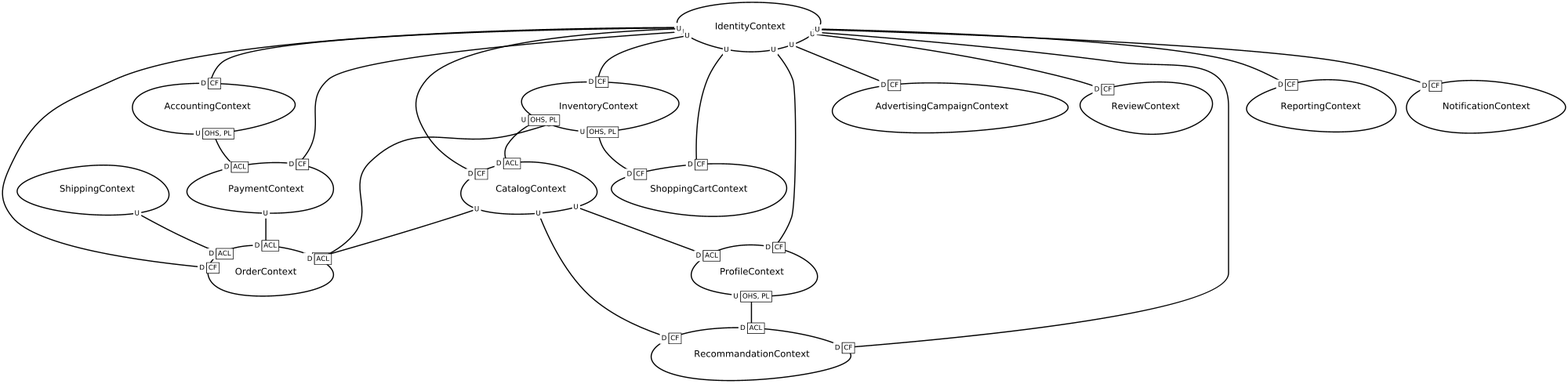
The Graphviz diagram src-gen/movies-albrains_ContextMap.png in movies-albrains/.github, before a commit. Its source is kept beside it as src-gen/movies-albrains_ContextMap.gv.
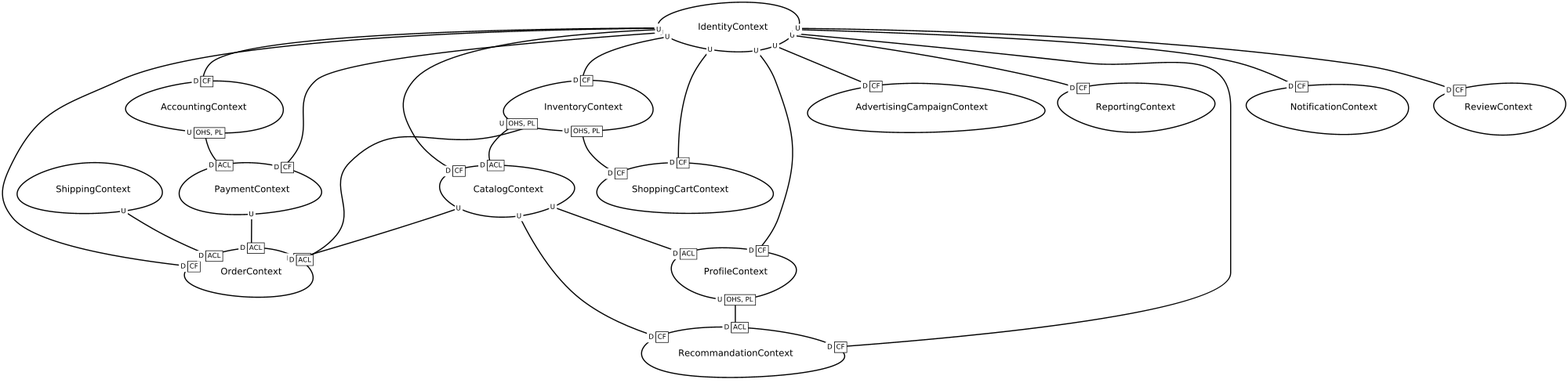
Later version of the same file.

The edit, as a diff of the source:
```diff
@@ -1,19 +1,19 @@
 digraph "ContextMapGraph" {
 graph ["imagepath"="/tmp/GraphvizJava"]
-"AccountingContext" ["margin"="0.3","orientation"="280","shape"="egg","fontsize"="16","style"="bold","label"="AccountingContext\n","fontname"="sans-serif"]
-"PaymentContext" ["margin"="0.3","orientation"="130","shape"="egg","fontsize"="16","style"="bold","label"="PaymentContext\n","fontname"="sans-serif"]
-"OrderContext" ["margin"="0.3","orientation"="209","shape"="egg","fontsize"="16","style"="bold","label"="OrderContext\n","fontname"="sans-serif"]
-"AdvertisingCampaignContext" ["margin"="0.3","orientation"="314","shape"="egg","fontsize"="16","style"="bold","label"="AdvertisingCampaignContext\n","fontname"="sans-serif"]
-"CatalogContext" ["margin"="0.3","orientation"="224","shape"="egg","fontsize"="16","style"="bold","label"="CatalogContext\n","fontname"="sans-serif"]
-"ProfileContext" ["margin"="0.3","orientation"="229","shape"="egg","fontsize"="16","style"="bold","label"="ProfileContext\n","fontname"="sans-serif"]
-"RecommandationContext" ["margin"="0.3","orientation"="250","shape"="egg","fontsize"="16","style"="bold","label"="RecommandationContext\n","fontname"="sans-serif"]
-"IdentityContext" ["margin"="0.3","orientation"="22","shape"="egg","fontsize"="16","style"="bold","label"="IdentityContext\n","fontname"="sans-serif"]
-"ReviewContext" ["margin"="0.3","orientation"="138","shape"="egg","fontsize"="16","style"="bold","label"="ReviewContext\n","fontname"="sans-serif"]
-"ShoppingCartContext" ["margin"="0.3","orientation"="248","shape"="egg","fontsize"="16","style"="bold","label"="ShoppingCartContext\n","fontname"="sans-serif"]
-"ReportingContext" ["margin"="0.3","orientation"="294","shape"="egg","fontsize"="16","style"="bold","label"="ReportingContext\n","fontname"="sans-serif"]
-"InventoryContext" ["margin"="0.3","orientation"="262","shape"="egg","fontsize"="16","style"="bold","label"="InventoryContext\n","fontname"="sans-serif"]
-"NotificationContext" ["margin"="0.3","orientation"="203","shape"="egg","fontsize"="16","style"="bold","label"="NotificationContext\n","fontname"="sans-serif"]
-"ShippingContext" ["margin"="0.3","orientation"="277","shape"="egg","fontsize"="16","style"="bold","label"="ShippingContext\n","fontname"="sans-serif"]
+"AccountingContext" ["margin"="0.3","orientation"="219","shape"="egg","fontsize"="16","style"="bold","label"="AccountingContext\n","fontname"="sans-serif"]
+"PaymentContext" ["margin"="0.3","orientation"="183","shape"="egg","fontsize"="16","style"="bold","label"="PaymentContext\n","fontname"="sans-serif"]
+"OrderContext" ["margin"="0.3","orientation"="90","shape"="egg","fontsize"="16","style"="bold","label"="OrderContext\n","fontname"="sans-serif"]
+"AdvertisingCampaignContext" ["margin"="0.3","orientation"="86","shape"="egg","fontsize"="16","style"="bold","label"="AdvertisingCampaignContext\n","fontname"="sans-serif"]
+"CatalogContext" ["margin"="0.3","orientation"="247","shape"="egg","fontsize"="16","style"="bold","label"="CatalogContext\n","fontname"="sans-serif"]
+"ProfileContext" ["margin"="0.3","orientation"="100","shape"="egg","fontsize"="16","style"="bold","label"="ProfileContext\n","fontname"="sans-serif"]
+"RecommandationContext" ["margin"="0.3","orientation"="197","shape"="egg","fontsize"="16","style"="bold","label"="RecommandationContext\n","fontname"="sans-serif"]
+"IdentityContext" ["margin"="0.3","orientation"="31","shape"="egg","fontsize"="16","style"="bold","label"="IdentityContext\n","fontname"="sans-serif"]
+"ReportingContext" ["margin"="0.3","orientation"="17","shape"="egg","fontsize"="16","style"="bold","label"="ReportingContext\n","fontname"="sans-serif"]
+"InventoryContext" ["margin"="0.3","orientation"="210","shape"="egg","fontsize"="16","style"="bold","label"="InventoryContext\n","fontname"="sans-serif"]
+"ShoppingCartContext" ["margin"="0.3","orientation"="139","shape"="egg","fontsize"="16","style"="bold","label"="ShoppingCartContext\n","fontname"="sans-serif"]
+"NotificationContext" ["margin"="0.3","orientation"="112","shape"="egg","fontsize"="16","style"="bold","label"="NotificationContext\n","fontname"="sans-serif"]
+"ReviewContext" ["margin"="0.3","orientation"="112","shape"="egg","fontsize"="16","style"="bold","label"="ReviewContext\n","fontname"="sans-serif"]
+"ShippingContext" ["margin"="0.3","orientation"="9","shape"="egg","fontsize"="16","style"="bold","label"="ShippingContext\n","fontname"="sans-serif"]
 "AccountingContext" -> "PaymentContext" ["headlabel"=<<table cellspacing="0" cellborder="1" border="0">
 <tr><td bgcolor="white" sides="r">D</td><td sides="trbl" bgcolor="white"><font>ACL</font></td></tr>
 </table>>,"labeldistance"="0","fontsize"="12","taillabel"=<<table cellspacing="0" cellborder="1" border="0">
@@ -24,12 +24,12 @@
 </table>>,"labeldistance"="0","fontsize"="12","taillabel"=<<table cellspacing="0" cellborder="0" border="0">
 <tr><td bgcolor="white">U</td></tr>
 </table>>,"style"="bold","label"="                                        ","dir"="none","fontname"="sans-serif"]
-"CatalogContext" -> "ProfileContext" ["headlabel"=<<table cellspacing="0" cellborder="1" border="0">
+"CatalogContext" -> "OrderContext" ["headlabel"=<<table cellspacing="0" cellborder="1" border="0">
 <tr><td bgcolor="white" sides="r">D</td><td sides="trbl" bgcolor="white"><font>ACL</font></td></tr>
 </table>>,"labeldistance"="0","fontsize"="12","taillabel"=<<table cellspacing="0" cellborder="0" border="0">
 <tr><td bgcolor="white">U</td></tr>
 </table>>,"style"="bold","label"="                                        ","dir"="none","fontname"="sans-serif"]
-"CatalogContext" -> "OrderContext" ["headlabel"=<<table cellspacing="0" cellborder="1" border="0">
+"CatalogContext" -> "ProfileContext" ["headlabel"=<<table cellspacing="0" cellborder="1" border="0">
 <tr><td bgcolor="white" sides="r">D</td><td sides="trbl" bgcolor="white"><font>ACL</font></td></tr>
 </table>>,"labeldistance"="0","fontsize"="12","taillabel"=<<table cellspacing="0" cellborder="0" border="0">
 <tr><td bgcolor="white">U</td></tr>
@@ -44,7 +44,47 @@
 </table>>,"labeldistance"="0","fontsize"="12","taillabel"=<<table cellspacing="0" cellborder="1" border="0">
 <tr><td bgcolor="white" sides="r">U</td><td sides="trbl" bgcolor="white"><font>OHS, PL</font></td></tr>
 </table>>,"style"="bold","label"="                                        ","dir"="none","fontname"="sans-serif"]
+"IdentityContext" -> "ReportingContext" ["headlabel"=<<table cellspacing="0" cellborder="1" border="0">
+<tr><td bgcolor="white" sides="r">D</td><td sides="trbl" bgcolor="white"><font>CF</font></td></tr>
+</table>>,"labeldistance"="0","fontsize"="12","taillabel"=<<table cellspacing="0" cellborder="0" border="0">
+<tr><td bgcolor="white">U</td></tr>
+</table>>,"style"="bold","label"="                                        ","dir"="none","fontname"="sans-serif"]
+"IdentityContext" -> "InventoryContext" ["headlabel"=<<table cellspacing="0" cellborder="1" border="0">
+<tr><td bgcolor="white" sides="r">D</td><td sides="trbl" bgcolor="white"><font>CF</font></td></tr>
+</table>>,"labeldistance"="0","fontsize"="12","taillabel"=<<table cellspacing="0" cellborder="0" border="0">
+<tr><td bgcolor="white">U</td></tr>
+</table>>,"style"="bold","label"="                                        ","dir"="none","fontname"="sans-serif"]
+"IdentityContext" -> "ProfileContext" ["headlabel"=<<table cellspacing="0" cellborder="1" border="0">
+<tr><td bgcolor="white" sides="r">D</td><td sides="trbl" bgcolor="white"><font>CF</font></td></tr>
+</table>>,"labeldistance"="0","fontsize"="12","taillabel"=<<table cellspacing="0" cellborder="0" border="0">
+<tr><td bgcolor="white">U</td></tr>
+</table>>,"style"="bold","label"="                                        ","dir"="none","fontname"="sans-serif"]
+"IdentityContext" -> "AdvertisingCampaignContext" ["headlabel"=<<table cellspacing="0" cellborder="1" border="0">
+<tr><td bgcolor="white" sides="r">D</td><td sides="trbl" bgcolor="white"><font>CF</font></td></tr>
+</table>>,"labeldistance"="0","fontsize"="12","taillabel"=<<table cellspacing="0" cellborder="0" border="0">
+<tr><td bgcolor="white">U</td></tr>
+</table>>,"style"="bold","label"="                                        ","dir"="none","fontname"="sans-serif"]
+"IdentityContext" -> "PaymentContext" ["headlabel"=<<table cellspacing="0" cellborder="1" border="0">
+<tr><td bgcolor="white" sides="r">D</td><td sides="trbl" bgcolor="white"><font>CF</font></td></tr>
+</table>>,"labeldistance"="0","fontsize"="12","taillabel"=<<table cellspacing="0" cellborder="0" border="0">
+<tr><td bgcolor="white">U</td></tr>
+</table>>,"style"="bold","label"="                                        ","dir"="none","fontname"="sans-serif"]
 "IdentityContext" -> "RecommandationContext" ["headlabel"=<<table cellspacing="0" cellborder="1" border="0">
+<tr><td bgcolor="white" sides="r">D</td><td sides="trbl" bgcolor="white"><font>CF</font></td></tr>
+</table>>,"labeldistance"="0","fontsize"="12","taillabel"=<<table cellspacing="0" cellborder="0" border="0">
+<tr><td bgcolor="white">U</td></tr>
+</table>>,"style"="bold","label"="                                        ","dir"="none","fontname"="sans-serif"]
+"IdentityContext" -> "NotificationContext" ["headlabel"=<<table cellspacing="0" cellborder="1" border="0">
+<tr><td bgcolor="white" sides="r">D</td><td sides="trbl" bgcolor="white"><font>CF</font></td></tr>
+</table>>,"labeldistance"="0","fontsize"="12","taillabel"=<<table cellspacing="0" cellborder="0" border="0">
+<tr><td bgcolor="white">U</td></tr>
+</table>>,"style"="bold","label"="                                        ","dir"="none","fontname"="sans-serif"]
+"IdentityContext" -> "OrderContext" ["headlabel"=<<table cellspacing="0" cellborder="1" border="0">
+<tr><td bgcolor="white" sides="r">D</td><td sides="trbl" bgcolor="white"><font>CF</font></td></tr>
+</table>>,"labeldistance"="0","fontsize"="12","taillabel"=<<table cellspacing="0" cellborder="0" border="0">
+<tr><td bgcolor="white">U</td></tr>
+</table>>,"style"="bold","label"="                                        ","dir"="none","fontname"="sans-serif"]
+"IdentityContext" -> "CatalogContext" ["headlabel"=<<table cellspacing="0" cellborder="1" border="0">
 <tr><td bgcolor="white" sides="r">D</td><td sides="trbl" bgcolor="white"><font>CF</font></td></tr>
 </table>>,"labeldistance"="0","fontsize"="12","taillabel"=<<table cellspacing="0" cellborder="0" border="0">
 <tr><td bgcolor="white">U</td></tr>
@@ -59,58 +99,18 @@
 </table>>,"labeldistance"="0","fontsize"="12","taillabel"=<<table cellspacing="0" cellborder="0" border="0">
 <tr><td bgcolor="white">U</td></tr>
 </table>>,"style"="bold","label"="                                        ","dir"="none","fontname"="sans-serif"]
-"IdentityContext" -> "AdvertisingCampaignContext" ["headlabel"=<<table cellspacing="0" cellborder="1" border="0">
-<tr><td bgcolor="white" sides="r">D</td><td sides="trbl" bgcolor="white"><font>CF</font></td></tr>
-</table>>,"labeldistance"="0","fontsize"="12","taillabel"=<<table cellspacing="0" cellborder="0" border="0">
-<tr><td bgcolor="white">U</td></tr>
-</table>>,"style"="bold","label"="                                        ","dir"="none","fontname"="sans-serif"]
-"IdentityContext" -> "ReportingContext" ["headlabel"=<<table cellspacing="0" cellborder="1" border="0">
-<tr><td bgcolor="white" sides="r">D</td><td sides="trbl" bgcolor="white"><font>CF</font></td></tr>
-</table>>,"labeldistance"="0","fontsize"="12","taillabel"=<<table cellspacing="0" cellborder="0" border="0">
-<tr><td bgcolor="white">U</td></tr>
-</table>>,"style"="bold","label"="                                        ","dir"="none","fontname"="sans-serif"]
-"IdentityContext" -> "ProfileContext" ["headlabel"=<<table cellspacing="0" cellborder="1" border="0">
-<tr><td bgcolor="white" sides="r">D</td><td sides="trbl" bgcolor="white"><font>CF</font></td></tr>
-</table>>,"labeldistance"="0","fontsize"="12","taillabel"=<<table cellspacing="0" cellborder="0" border="0">
-<tr><td bgcolor="white">U</td></tr>
-</table>>,"style"="bold","label"="                                        ","dir"="none","fontname"="sans-serif"]
-"IdentityContext" -> "PaymentContext" ["headlabel"=<<table cellspacing="0" cellborder="1" border="0">
-<tr><td bgcolor="white" sides="r">D</td><td sides="trbl" bgcolor="white"><font>CF</font></td></tr>
-</table>>,"labeldistance"="0","fontsize"="12","taillabel"=<<table cellspacing="0" cellborder="0" border="0">
-<tr><td bgcolor="white">U</td></tr>
-</table>>,"style"="bold","label"="                                        ","dir"="none","fontname"="sans-serif"]
-"IdentityContext" -> "InventoryContext" ["headlabel"=<<table cellspacing="0" cellborder="1" border="0">
-<tr><td bgcolor="white" sides="r">D</td><td sides="trbl" bgcolor="white"><font>CF</font></td></tr>
-</table>>,"labeldistance"="0","fontsize"="12","taillabel"=<<table cellspacing="0" cellborder="0" border="0">
-<tr><td bgcolor="white">U</td></tr>
-</table>>,"style"="bold","label"="                                        ","dir"="none","fontname"="sans-serif"]
 "IdentityContext" -> "AccountingContext" ["headlabel"=<<table cellspacing="0" cellborder="1" border="0">
 <tr><td bgcolor="white" sides="r">D</td><td sides="trbl" bgcolor="white"><font>CF</font></td></tr>
 </table>>,"labeldistance"="0","fontsize"="12","taillabel"=<<table cellspacing="0" cellborder="0" border="0">
 <tr><td bgcolor="white">U</td></tr>
 </table>>,"style"="bold","label"="                                        ","dir"="none","fontname"="sans-serif"]
-"IdentityContext" -> "OrderContext" ["headlabel"=<<table cellspacing="0" cellborder="1" border="0">
+"InventoryContext" -> "ShoppingCartContext" ["headlabel"=<<table cellspacing="0" cellborder="1" border="0">
 <tr><td bgcolor="white" sides="r">D</td><td sides="trbl" bgcolor="white"><font>CF</font></td></tr>
-</table>>,"labeldistance"="0","fontsize"="12","taillabel"=<<table cellspacing="0" cellborder="0" border="0">
-<tr><td bgcolor="white">U</td></tr>
-</table>>,"style"="bold","label"="                                        ","dir"="none","fontname"="sans-serif"]
-"IdentityContext" -> "NotificationContext" ["headlabel"=<<table cellspacing="0" cellborder="1" border="0">
-<tr><td bgcolor="white" sides="r">D</td><td sides="trbl" bgcolor="white"><font>CF</font></td></tr>
-</table>>,"labeldistance"="0","fontsize"="12","taillabel"=<<table cellspacing="0" cellborder="0" border="0">
-<tr><td bgcolor="white">U</td></tr>
-</table>>,"style"="bold","label"="                                        ","dir"="none","fontname"="sans-serif"]
-"IdentityContext" -> "CatalogContext" ["headlabel"=<<table cellspacing="0" cellborder="1" border="0">
-<tr><td bgcolor="white" sides="r">D</td><td sides="trbl" bgcolor="white"><font>CF</font></td></tr>
-</table>>,"labeldistance"="0","fontsize"="12","taillabel"=<<table cellspacing="0" cellborder="0" border="0">
-<tr><td bgcolor="white">U</td></tr>
+</table>>,"labeldistance"="0","fontsize"="12","taillabel"=<<table cellspacing="0" cellborder="1" border="0">
+<tr><td bgcolor="white" sides="r">U</td><td sides="trbl" bgcolor="white"><font>OHS, PL</font></td></tr>
 </table>>,"style"="bold","label"="                                        ","dir"="none","fontname"="sans-serif"]
 "InventoryContext" -> "CatalogContext" ["headlabel"=<<table cellspacing="0" cellborder="1" border="0">
 <tr><td bgcolor="white" sides="r">D</td><td sides="trbl" bgcolor="white"><font>ACL</font></td></tr>
-</table>>,"labeldistance"="0","fontsize"="12","taillabel"=<<table cellspacing="0" cellborder="1" border="0">
-<tr><td bgcolor="white" sides="r">U</td><td sides="trbl" bgcolor="white"><font>OHS, PL</font></td></tr>
-</table>>,"style"="bold","label"="                                        ","dir"="none","fontname"="sans-serif"]
-"InventoryContext" -> "ShoppingCartContext" ["headlabel"=<<table cellspacing="0" cellborder="1" border="0">
-<tr><td bgcolor="white" sides="r">D</td><td sides="trbl" bgcolor="white"><font>CF</font></td></tr>
 </table>>,"labeldistance"="0","fontsize"="12","taillabel"=<<table cellspacing="0" cellborder="1" border="0">
 <tr><td bgcolor="white" sides="r">U</td><td sides="trbl" bgcolor="white"><font>OHS, PL</font></td></tr>
 </table>>,"style"="bold","label"="                                        ","dir"="none","fontname"="sans-serif"]
```
